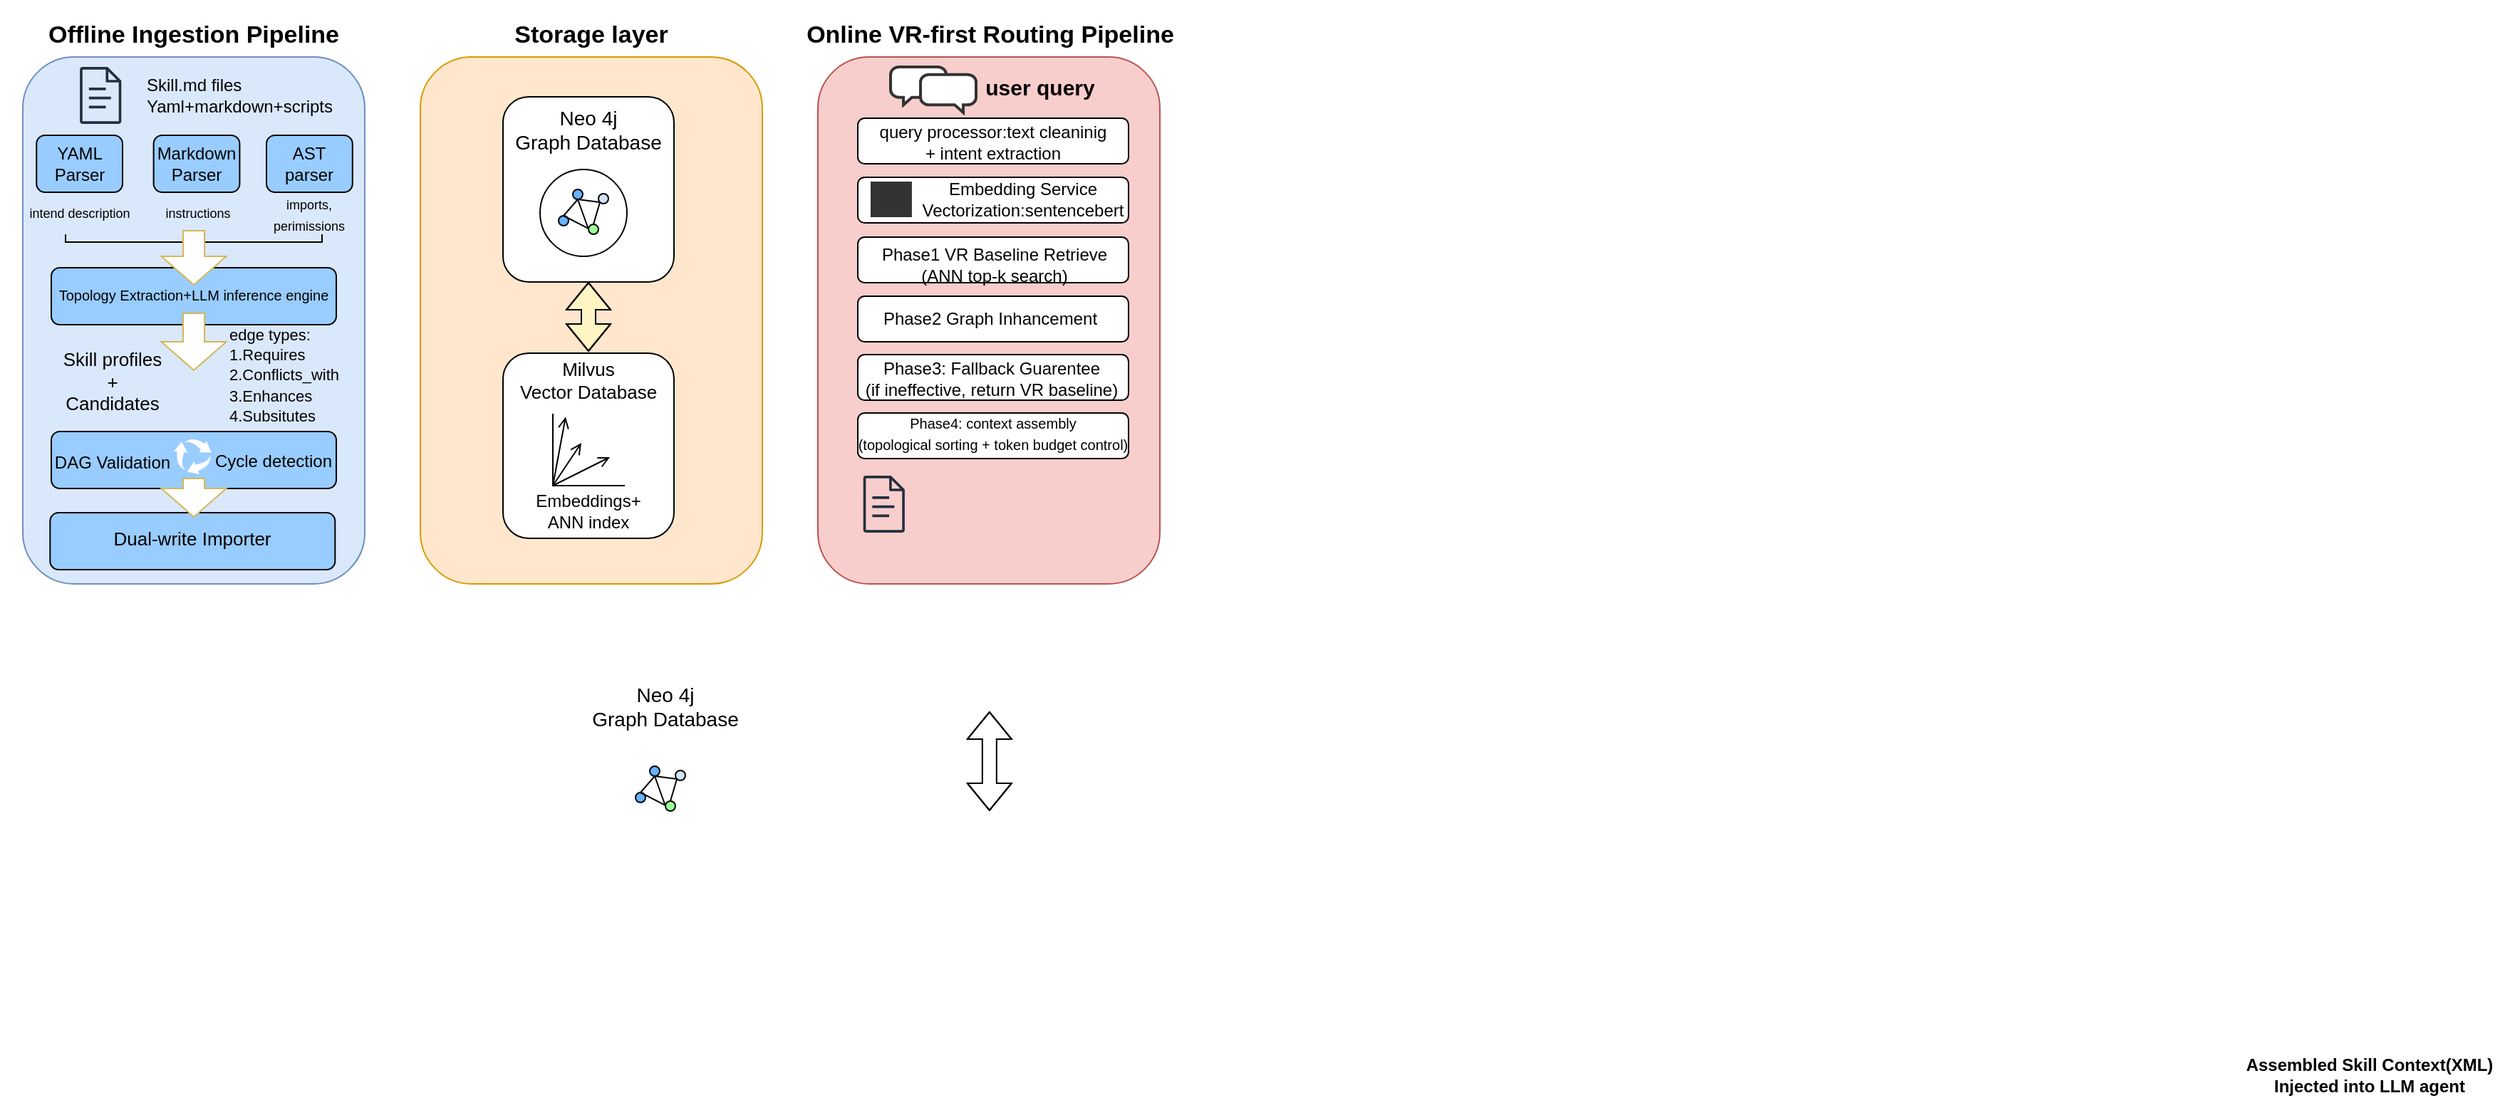
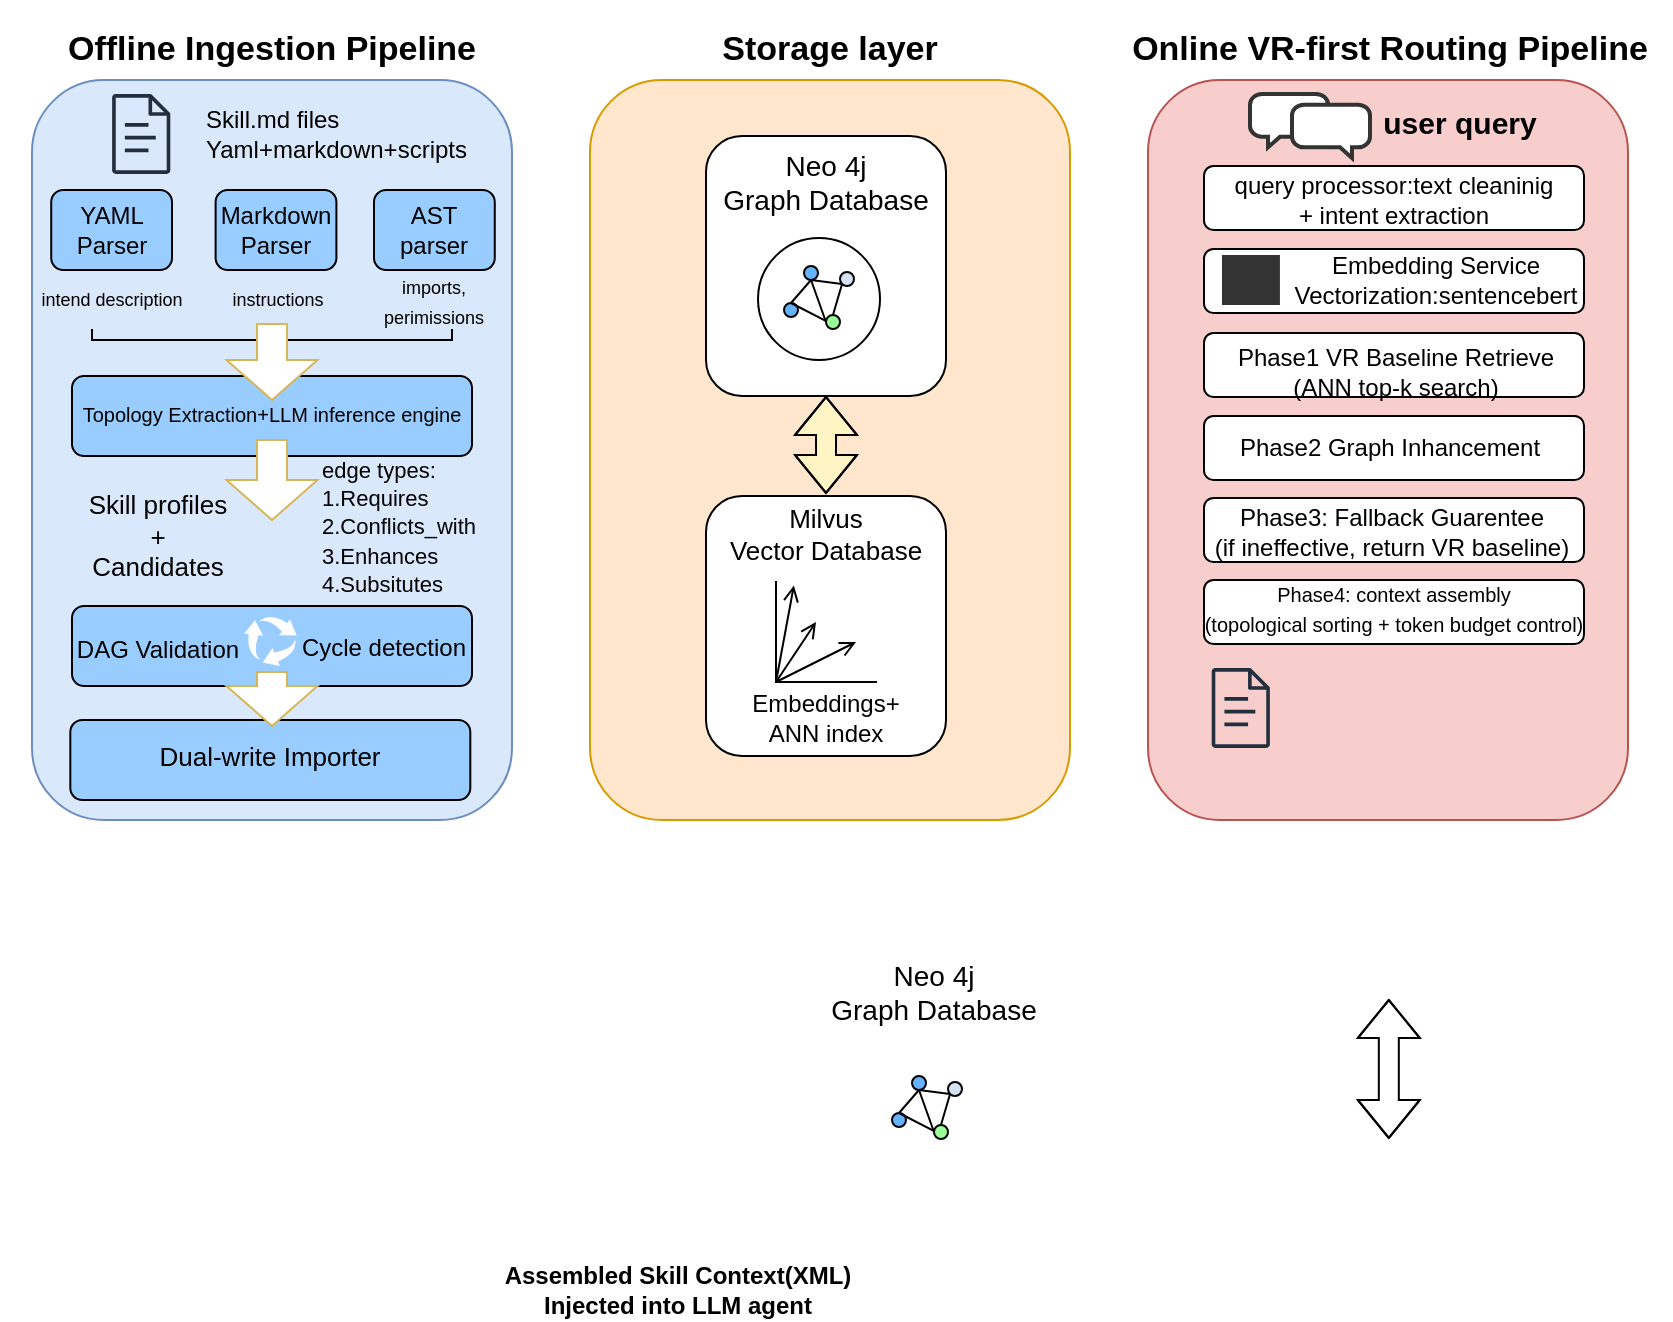
- <mxfile host="Electron">
+ <mxfile host="app.diagrams.net">
  <diagram name="第 1 页" id="c3dGjHks2qUcNk0V_3_n">
-     <mxGraphModel dx="1413" dy="974" grid="1" gridSize="10" guides="1" tooltips="1" connect="1" arrows="1" fold="1" page="1" pageScale="1" pageWidth="827" pageHeight="1169" math="0" shadow="0">
+     <mxGraphModel dx="1968" dy="1226" grid="1" gridSize="10" guides="1" tooltips="1" connect="1" arrows="1" fold="1" page="1" pageScale="1" pageWidth="827" pageHeight="1169" math="0" shadow="0">
      <root>
        <mxCell id="0" />
        <mxCell id="1" parent="0" />
        <mxCell id="L1eVJ4u-mPAcvspaRrYh-3" parent="1" style="rounded=1;whiteSpace=wrap;html=1;fillColor=#dae8fc;strokeColor=#6c8ebf;" value="" vertex="1">
          <mxGeometry height="370" width="240" x="23" y="190" as="geometry" />
        </mxCell>
        <mxCell id="L1eVJ4u-mPAcvspaRrYh-1" parent="1" style="sketch=0;outlineConnect=0;fontColor=#232F3E;gradientColor=none;fillColor=#232F3D;strokeColor=none;dashed=0;verticalLabelPosition=bottom;verticalAlign=top;align=center;html=1;fontSize=12;fontStyle=0;aspect=fixed;pointerEvents=1;shape=mxgraph.aws4.document;" value="" vertex="1">
          <mxGeometry height="40" width="29.22" x="63" y="197" as="geometry" />
        </mxCell>
        <mxCell id="L1eVJ4u-mPAcvspaRrYh-2" parent="1" style="text;html=1;whiteSpace=wrap;strokeColor=none;fillColor=none;align=center;verticalAlign=middle;rounded=0;" value="&lt;div&gt;&lt;font style=&quot;font-size: 17px;&quot;&gt;&lt;b style=&quot;&quot;&gt;Offline Ingestion Pipeline&lt;/b&gt;&lt;/font&gt;&lt;/div&gt;&lt;div&gt;&lt;br&gt;&lt;/div&gt;" vertex="1">
          <mxGeometry height="30" width="240" x="23" y="167" as="geometry" />
        </mxCell>
        <mxCell id="L1eVJ4u-mPAcvspaRrYh-4" parent="1" style="text;html=1;whiteSpace=wrap;strokeColor=none;fillColor=none;align=left;verticalAlign=middle;rounded=0;" value="Skill.md files&lt;div&gt;Yaml+markdown+scripts&lt;/div&gt;" vertex="1">
          <mxGeometry height="30" width="80" x="108" y="202" as="geometry" />
        </mxCell>
        <mxCell id="L1eVJ4u-mPAcvspaRrYh-5" parent="1" style="rounded=1;whiteSpace=wrap;html=1;fillColor=#99CCFF;" value="YAML&lt;div&gt;Parser&lt;/div&gt;" vertex="1">
          <mxGeometry height="40" width="60.39" x="32.610000000000014" y="245" as="geometry" />
        </mxCell>
        <mxCell id="L1eVJ4u-mPAcvspaRrYh-6" parent="1" style="rounded=1;whiteSpace=wrap;html=1;fillColor=#99CCFF;" value="Markdown&lt;div&gt;Parser&lt;/div&gt;" vertex="1">
          <mxGeometry height="40" width="60.39" x="114.81" y="245" as="geometry" />
        </mxCell>
        <mxCell id="L1eVJ4u-mPAcvspaRrYh-7" parent="1" style="rounded=1;whiteSpace=wrap;html=1;fillColor=#99CCFF;" value="AST parser" vertex="1">
          <mxGeometry height="40" width="60.39" x="194" y="245" as="geometry" />
        </mxCell>
        <mxCell id="L1eVJ4u-mPAcvspaRrYh-8" parent="1" style="text;html=1;whiteSpace=wrap;strokeColor=none;fillColor=none;align=center;verticalAlign=middle;rounded=0;" value="&lt;font style=&quot;font-size: 9px;&quot;&gt;intend description&lt;/font&gt;" vertex="1">
          <mxGeometry height="30" width="110" x="7.810000000000002" y="284" as="geometry" />
        </mxCell>
        <mxCell id="L1eVJ4u-mPAcvspaRrYh-9" parent="1" style="text;html=1;whiteSpace=wrap;strokeColor=none;fillColor=none;align=center;verticalAlign=middle;rounded=0;" value="&lt;font style=&quot;font-size: 9px;&quot;&gt;instructions&lt;/font&gt;" vertex="1">
          <mxGeometry height="30" width="60" x="115.81" y="284" as="geometry" />
        </mxCell>
        <mxCell id="L1eVJ4u-mPAcvspaRrYh-11" parent="1" style="text;html=1;whiteSpace=wrap;strokeColor=none;fillColor=none;align=center;verticalAlign=middle;rounded=0;" value="&lt;font style=&quot;font-size: 9px;&quot;&gt;imports,&lt;/font&gt;&lt;div&gt;&lt;font style=&quot;font-size: 9px;&quot;&gt;perimissions&lt;/font&gt;&lt;/div&gt;" vertex="1">
          <mxGeometry height="30" width="60" x="194" y="285" as="geometry" />
        </mxCell>
        <mxCell id="L1eVJ4u-mPAcvspaRrYh-13" parent="1" style="rounded=1;whiteSpace=wrap;html=1;fillColor=#99CCFF;" value="" vertex="1">
          <mxGeometry height="40" width="200" x="43" y="338" as="geometry" />
        </mxCell>
        <mxCell id="L1eVJ4u-mPAcvspaRrYh-14" parent="1" style="text;html=1;whiteSpace=wrap;strokeColor=none;fillColor=none;align=center;verticalAlign=middle;rounded=0;fontSize=10;" value="&lt;div&gt;Topology Extraction&lt;span style=&quot;background-color: transparent; color: light-dark(rgb(0, 0, 0), rgb(255, 255, 255));&quot;&gt;+LLM inference engine&lt;/span&gt;&lt;/div&gt;&lt;div&gt;&lt;br&gt;&lt;/div&gt;" vertex="1">
          <mxGeometry height="12" width="210" x="38" y="357" as="geometry" />
        </mxCell>
        <mxCell id="L1eVJ4u-mPAcvspaRrYh-15" parent="1" style="rounded=1;whiteSpace=wrap;html=1;fillColor=#99CCFF;" value="" vertex="1">
          <mxGeometry height="40" width="200" x="43" y="453" as="geometry" />
        </mxCell>
        <mxCell id="L1eVJ4u-mPAcvspaRrYh-16" parent="1" style="text;html=1;whiteSpace=wrap;strokeColor=none;fillColor=none;align=center;verticalAlign=middle;rounded=0;" value="DAG Validation" vertex="1">
          <mxGeometry height="30" width="100" x="36" y="460" as="geometry" />
        </mxCell>
        <mxCell id="L1eVJ4u-mPAcvspaRrYh-17" parent="1" style="text;html=1;whiteSpace=wrap;strokeColor=none;fillColor=none;align=center;verticalAlign=middle;rounded=0;" value="Cycle detection" vertex="1">
          <mxGeometry height="30" width="90" x="154" y="459" as="geometry" />
        </mxCell>
        <mxCell id="L1eVJ4u-mPAcvspaRrYh-18" parent="1" style="sketch=0;html=1;aspect=fixed;strokeColor=none;shadow=0;fillColor=#FFFFFF;verticalAlign=top;labelPosition=center;verticalLabelPosition=bottom;shape=mxgraph.gcp2.arrow_cycle" value="" vertex="1">
          <mxGeometry height="25" width="26.32" x="129" y="458" as="geometry" />
        </mxCell>
        <mxCell id="L1eVJ4u-mPAcvspaRrYh-19" parent="1" style="shape=partialRectangle;whiteSpace=wrap;html=1;bottom=1;right=1;left=1;top=0;fillColor=none;routingCenterX=-0.5;" value="" vertex="1">
          <mxGeometry height="5" width="180" x="53" y="315" as="geometry" />
        </mxCell>
        <mxCell id="L1eVJ4u-mPAcvspaRrYh-20" parent="1" style="html=1;shadow=0;dashed=0;align=center;verticalAlign=middle;shape=mxgraph.arrows2.arrow;dy=0.67;dx=20;notch=0;direction=south;fillColor=#FFFFFF;strokeColor=#d6b656;" value="" vertex="1">
          <mxGeometry height="38" width="45.5" x="120.25" y="312" as="geometry" />
        </mxCell>
        <mxCell id="L1eVJ4u-mPAcvspaRrYh-21" parent="1" style="html=1;shadow=0;dashed=0;align=center;verticalAlign=middle;shape=mxgraph.arrows2.arrow;dy=0.67;dx=20;notch=0;direction=south;fillColor=#FFFFFF;strokeColor=#d6b656;" value="" vertex="1">
          <mxGeometry height="40" width="45.5" x="120.25" y="370" as="geometry" />
        </mxCell>
        <mxCell id="L1eVJ4u-mPAcvspaRrYh-22" parent="1" style="text;html=1;whiteSpace=wrap;strokeColor=none;fillColor=none;align=left;verticalAlign=middle;rounded=0;" value="&lt;font style=&quot;font-size: 11px;&quot;&gt;edge types:&lt;/font&gt;&lt;div&gt;&lt;font style=&quot;font-size: 11px;&quot;&gt;1.Requires&lt;/font&gt;&lt;/div&gt;&lt;div&gt;&lt;font style=&quot;font-size: 11px;&quot;&gt;2.Conflicts_with&lt;/font&gt;&lt;/div&gt;&lt;div&gt;&lt;font style=&quot;font-size: 11px;&quot;&gt;3.Enhances&lt;/font&gt;&lt;/div&gt;&lt;div&gt;&lt;font style=&quot;font-size: 11px;&quot;&gt;4.Subsitutes&lt;/font&gt;&lt;/div&gt;" vertex="1">
          <mxGeometry height="80" width="90" x="165.75" y="373" as="geometry" />
        </mxCell>
        <mxCell id="L1eVJ4u-mPAcvspaRrYh-23" parent="1" style="text;html=1;whiteSpace=wrap;strokeColor=none;fillColor=none;align=center;verticalAlign=middle;rounded=0;" value="&lt;font style=&quot;font-size: 13px;&quot;&gt;Skill profiles&lt;/font&gt;&lt;div&gt;&lt;font style=&quot;font-size: 13px;&quot;&gt;+&lt;/font&gt;&lt;/div&gt;&lt;div&gt;&lt;font style=&quot;font-size: 13px;&quot;&gt;Candidates&lt;/font&gt;&lt;/div&gt;" vertex="1">
          <mxGeometry height="40" width="80" x="46" y="398" as="geometry" />
        </mxCell>
        <mxCell id="L1eVJ4u-mPAcvspaRrYh-27" parent="1" style="rounded=1;whiteSpace=wrap;html=1;fillColor=#99CCFF;" value="" vertex="1">
          <mxGeometry height="40" width="200" x="42.16" y="510" as="geometry" />
        </mxCell>
        <mxCell id="L1eVJ4u-mPAcvspaRrYh-24" parent="1" style="text;html=1;whiteSpace=wrap;strokeColor=none;fillColor=none;align=center;verticalAlign=middle;rounded=0;" value="&lt;font style=&quot;font-size: 13px;&quot;&gt;Dual-write Importer&lt;/font&gt;" vertex="1">
          <mxGeometry height="30" width="120" x="82.16000000000003" y="513" as="geometry" />
        </mxCell>
        <mxCell id="L1eVJ4u-mPAcvspaRrYh-28" parent="1" style="html=1;shadow=0;dashed=0;align=center;verticalAlign=middle;shape=mxgraph.arrows2.arrow;dy=0.67;dx=20;notch=0;direction=south;fillColor=#FFFFFF;strokeColor=#d6b656;" value="" vertex="1">
          <mxGeometry height="27" width="45.5" x="120.25" y="486" as="geometry" />
        </mxCell>
        <mxCell id="L1eVJ4u-mPAcvspaRrYh-29" parent="1" style="rounded=1;whiteSpace=wrap;html=1;fillColor=#ffe6cc;strokeColor=#d79b00;" value="" vertex="1">
          <mxGeometry height="370" width="240" x="302" y="190" as="geometry" />
        </mxCell>
        <mxCell id="L1eVJ4u-mPAcvspaRrYh-30" parent="1" style="text;html=1;whiteSpace=wrap;strokeColor=none;fillColor=none;align=center;verticalAlign=middle;rounded=0;" value="&lt;font style=&quot;font-size: 17px;&quot;&gt;&lt;b&gt;Storage layer&lt;/b&gt;&lt;/font&gt;" vertex="1">
          <mxGeometry height="30" width="110" x="367" y="160" as="geometry" />
        </mxCell>
        <mxCell id="L1eVJ4u-mPAcvspaRrYh-31" parent="1" style="rounded=1;whiteSpace=wrap;html=1;fillColor=#f8cecc;strokeColor=#b85450;" value="" vertex="1">
          <mxGeometry height="370" width="240" x="581" y="190" as="geometry" />
        </mxCell>
        <mxCell id="L1eVJ4u-mPAcvspaRrYh-32" parent="1" style="rounded=1;whiteSpace=wrap;html=1;" value="" vertex="1">
          <mxGeometry height="130" width="120" x="360" y="398" as="geometry" />
        </mxCell>
        <mxCell id="L1eVJ4u-mPAcvspaRrYh-33" parent="1" style="text;html=1;whiteSpace=wrap;strokeColor=none;fillColor=none;align=center;verticalAlign=middle;rounded=0;" value="&lt;font style=&quot;font-size: 14px;&quot;&gt;Neo 4j&lt;/font&gt;&lt;div&gt;&lt;font style=&quot;font-size: 14px;&quot;&gt;Graph Database&lt;/font&gt;&lt;/div&gt;" vertex="1">
          <mxGeometry height="30" width="120" x="414" y="631" as="geometry" />
        </mxCell>
        <mxCell id="L1eVJ4u-mPAcvspaRrYh-88" parent="1" style="ellipse;whiteSpace=wrap;html=1;aspect=fixed;fillColor=#66B2FF;" value="" vertex="1">
          <mxGeometry height="7" width="7" x="453" y="706.5" as="geometry" />
        </mxCell>
        <mxCell id="L1eVJ4u-mPAcvspaRrYh-89" edge="1" parent="1" source="L1eVJ4u-mPAcvspaRrYh-92" style="endArrow=none;html=1;rounded=0;entryX=0.5;entryY=0;entryDx=0;entryDy=0;exitX=0.018;exitY=0.43;exitDx=0;exitDy=0;exitPerimeter=0;" target="L1eVJ4u-mPAcvspaRrYh-88" value="">
          <mxGeometry height="50" relative="1" width="50" as="geometry">
            <mxPoint x="478" y="709.5" as="sourcePoint" />
            <mxPoint x="483" y="696.5" as="targetPoint" />
          </mxGeometry>
        </mxCell>
        <mxCell id="L1eVJ4u-mPAcvspaRrYh-90" edge="1" parent="1" source="L1eVJ4u-mPAcvspaRrYh-88" style="endArrow=none;html=1;rounded=0;exitX=0.5;exitY=0;exitDx=0;exitDy=0;entryX=0.5;entryY=1;entryDx=0;entryDy=0;" target="L1eVJ4u-mPAcvspaRrYh-94" value="">
          <mxGeometry height="50" relative="1" width="50" as="geometry">
            <mxPoint x="483" y="746.5" as="sourcePoint" />
            <mxPoint x="472" y="693.5" as="targetPoint" />
          </mxGeometry>
        </mxCell>
        <mxCell id="L1eVJ4u-mPAcvspaRrYh-91" edge="1" parent="1" source="L1eVJ4u-mPAcvspaRrYh-92" style="endArrow=none;html=1;rounded=0;exitX=0;exitY=0.5;exitDx=0;exitDy=0;entryX=0.5;entryY=1;entryDx=0;entryDy=0;" target="L1eVJ4u-mPAcvspaRrYh-94" value="">
          <mxGeometry height="50" relative="1" width="50" as="geometry">
            <mxPoint x="474" y="695.5" as="sourcePoint" />
            <mxPoint x="472" y="693.5" as="targetPoint" />
          </mxGeometry>
        </mxCell>
        <mxCell id="L1eVJ4u-mPAcvspaRrYh-92" parent="1" style="ellipse;whiteSpace=wrap;html=1;aspect=fixed;fillColor=#99FF99;" value="" vertex="1">
          <mxGeometry height="7" width="7" x="474" y="712.5" as="geometry" />
        </mxCell>
        <mxCell id="L1eVJ4u-mPAcvspaRrYh-93" edge="1" parent="1" style="edgeStyle=orthogonalEdgeStyle;rounded=0;orthogonalLoop=1;jettySize=auto;html=1;exitX=0.5;exitY=1;exitDx=0;exitDy=0;">
          <mxGeometry relative="1" as="geometry">
            <mxPoint x="472.0000000000001" y="696.5" as="sourcePoint" />
            <mxPoint x="471.9767441860465" y="696.531007751938" as="targetPoint" />
          </mxGeometry>
        </mxCell>
        <mxCell id="L1eVJ4u-mPAcvspaRrYh-94" parent="1" style="ellipse;whiteSpace=wrap;html=1;aspect=fixed;fillColor=#66B2FF;" value="" vertex="1">
          <mxGeometry height="7" width="7" x="463" y="688" as="geometry" />
        </mxCell>
        <mxCell id="L1eVJ4u-mPAcvspaRrYh-95" parent="1" style="ellipse;whiteSpace=wrap;html=1;aspect=fixed;fillColor=#D4E1F5;" value="" vertex="1">
          <mxGeometry height="7" width="7" x="481" y="691" as="geometry" />
        </mxCell>
        <mxCell id="L1eVJ4u-mPAcvspaRrYh-96" edge="1" parent="1" source="L1eVJ4u-mPAcvspaRrYh-92" style="endArrow=none;html=1;rounded=0;entryX=0;entryY=1;entryDx=0;entryDy=0;exitX=0.5;exitY=0;exitDx=0;exitDy=0;" target="L1eVJ4u-mPAcvspaRrYh-95" value="">
          <mxGeometry height="50" relative="1" width="50" as="geometry">
            <mxPoint x="420" y="717.5" as="sourcePoint" />
            <mxPoint x="470" y="667.5" as="targetPoint" />
          </mxGeometry>
        </mxCell>
        <mxCell id="L1eVJ4u-mPAcvspaRrYh-97" edge="1" parent="1" source="L1eVJ4u-mPAcvspaRrYh-95" style="endArrow=none;html=1;rounded=0;exitX=0;exitY=1;exitDx=0;exitDy=0;entryX=0.5;entryY=1;entryDx=0;entryDy=0;" target="L1eVJ4u-mPAcvspaRrYh-94" value="">
          <mxGeometry height="50" relative="1" width="50" as="geometry">
            <mxPoint x="478" y="696" as="sourcePoint" />
            <mxPoint x="470" y="696" as="targetPoint" />
          </mxGeometry>
        </mxCell>
        <mxCell id="L1eVJ4u-mPAcvspaRrYh-111" parent="1" style="rounded=1;whiteSpace=wrap;html=1;" value="" vertex="1">
          <mxGeometry height="130" width="120" x="360" y="218" as="geometry" />
        </mxCell>
        <mxCell id="L1eVJ4u-mPAcvspaRrYh-112" parent="1" style="text;html=1;whiteSpace=wrap;strokeColor=none;fillColor=none;align=center;verticalAlign=middle;rounded=0;" value="&lt;font style=&quot;font-size: 14px;&quot;&gt;Neo 4j&lt;/font&gt;&lt;div&gt;&lt;font style=&quot;font-size: 14px;&quot;&gt;Graph Database&lt;/font&gt;&lt;/div&gt;" vertex="1">
          <mxGeometry height="30" width="120" x="360" y="226" as="geometry" />
        </mxCell>
        <mxCell id="L1eVJ4u-mPAcvspaRrYh-113" parent="1" style="ellipse;whiteSpace=wrap;html=1;aspect=fixed;" value="" vertex="1">
          <mxGeometry height="61" width="61" x="386" y="269" as="geometry" />
        </mxCell>
        <mxCell id="L1eVJ4u-mPAcvspaRrYh-114" parent="1" style="ellipse;whiteSpace=wrap;html=1;aspect=fixed;fillColor=#66B2FF;" value="" vertex="1">
          <mxGeometry height="7" width="7" x="399" y="301.5" as="geometry" />
        </mxCell>
        <mxCell id="L1eVJ4u-mPAcvspaRrYh-115" edge="1" parent="1" source="L1eVJ4u-mPAcvspaRrYh-118" style="endArrow=none;html=1;rounded=0;entryX=0.5;entryY=0;entryDx=0;entryDy=0;exitX=0.018;exitY=0.43;exitDx=0;exitDy=0;exitPerimeter=0;" target="L1eVJ4u-mPAcvspaRrYh-114" value="">
          <mxGeometry height="50" relative="1" width="50" as="geometry">
            <mxPoint x="424" y="304.5" as="sourcePoint" />
            <mxPoint x="429" y="291.5" as="targetPoint" />
          </mxGeometry>
        </mxCell>
        <mxCell id="L1eVJ4u-mPAcvspaRrYh-116" edge="1" parent="1" source="L1eVJ4u-mPAcvspaRrYh-114" style="endArrow=none;html=1;rounded=0;exitX=0.5;exitY=0;exitDx=0;exitDy=0;entryX=0.5;entryY=1;entryDx=0;entryDy=0;" target="L1eVJ4u-mPAcvspaRrYh-120" value="">
          <mxGeometry height="50" relative="1" width="50" as="geometry">
            <mxPoint x="429" y="341.5" as="sourcePoint" />
            <mxPoint x="418" y="288.5" as="targetPoint" />
          </mxGeometry>
        </mxCell>
        <mxCell id="L1eVJ4u-mPAcvspaRrYh-117" edge="1" parent="1" source="L1eVJ4u-mPAcvspaRrYh-118" style="endArrow=none;html=1;rounded=0;exitX=0;exitY=0.5;exitDx=0;exitDy=0;entryX=0.5;entryY=1;entryDx=0;entryDy=0;" target="L1eVJ4u-mPAcvspaRrYh-120" value="">
          <mxGeometry height="50" relative="1" width="50" as="geometry">
            <mxPoint x="420" y="290.5" as="sourcePoint" />
            <mxPoint x="418" y="288.5" as="targetPoint" />
          </mxGeometry>
        </mxCell>
        <mxCell id="L1eVJ4u-mPAcvspaRrYh-118" parent="1" style="ellipse;whiteSpace=wrap;html=1;aspect=fixed;fillColor=#99FF99;" value="" vertex="1">
          <mxGeometry height="7" width="7" x="420" y="307.5" as="geometry" />
        </mxCell>
        <mxCell id="L1eVJ4u-mPAcvspaRrYh-119" edge="1" parent="1" style="edgeStyle=orthogonalEdgeStyle;rounded=0;orthogonalLoop=1;jettySize=auto;html=1;exitX=0.5;exitY=1;exitDx=0;exitDy=0;">
          <mxGeometry relative="1" as="geometry">
            <mxPoint x="418.0000000000001" y="291.5" as="sourcePoint" />
            <mxPoint x="417.9767441860465" y="291.531007751938" as="targetPoint" />
          </mxGeometry>
        </mxCell>
        <mxCell id="L1eVJ4u-mPAcvspaRrYh-120" parent="1" style="ellipse;whiteSpace=wrap;html=1;aspect=fixed;fillColor=#66B2FF;" value="" vertex="1">
          <mxGeometry height="7" width="7" x="409" y="283" as="geometry" />
        </mxCell>
        <mxCell id="L1eVJ4u-mPAcvspaRrYh-121" parent="1" style="ellipse;whiteSpace=wrap;html=1;aspect=fixed;fillColor=#D4E1F5;" value="" vertex="1">
          <mxGeometry height="7" width="7" x="427" y="286" as="geometry" />
        </mxCell>
        <mxCell id="L1eVJ4u-mPAcvspaRrYh-122" edge="1" parent="1" source="L1eVJ4u-mPAcvspaRrYh-118" style="endArrow=none;html=1;rounded=0;entryX=0;entryY=1;entryDx=0;entryDy=0;exitX=0.5;exitY=0;exitDx=0;exitDy=0;" target="L1eVJ4u-mPAcvspaRrYh-121" value="">
          <mxGeometry height="50" relative="1" width="50" as="geometry">
            <mxPoint x="366" y="312.5" as="sourcePoint" />
            <mxPoint x="416" y="262.5" as="targetPoint" />
          </mxGeometry>
        </mxCell>
        <mxCell id="L1eVJ4u-mPAcvspaRrYh-123" edge="1" parent="1" source="L1eVJ4u-mPAcvspaRrYh-121" style="endArrow=none;html=1;rounded=0;exitX=0;exitY=1;exitDx=0;exitDy=0;entryX=0.5;entryY=1;entryDx=0;entryDy=0;" target="L1eVJ4u-mPAcvspaRrYh-120" value="">
          <mxGeometry height="50" relative="1" width="50" as="geometry">
            <mxPoint x="424" y="291" as="sourcePoint" />
            <mxPoint x="416" y="291" as="targetPoint" />
          </mxGeometry>
        </mxCell>
        <mxCell id="L1eVJ4u-mPAcvspaRrYh-138" edge="1" parent="1" style="shape=flexArrow;endArrow=classic;startArrow=classic;html=1;rounded=0;" value="">
          <mxGeometry height="100" relative="1" width="100" as="geometry">
            <Array as="points">
              <mxPoint x="701.41" y="689.5" />
            </Array>
            <mxPoint x="701.41" y="719.5" as="sourcePoint" />
            <mxPoint x="701.41" y="649.5" as="targetPoint" />
          </mxGeometry>
        </mxCell>
        <mxCell id="L1eVJ4u-mPAcvspaRrYh-139" edge="1" parent="1" style="shape=flexArrow;endArrow=classic;startArrow=classic;html=1;rounded=0;fillColor=#FFF4C3;" value="">
          <mxGeometry height="100" relative="1" width="100" as="geometry">
            <Array as="points">
              <mxPoint x="420" y="367" />
            </Array>
            <mxPoint x="420" y="397" as="sourcePoint" />
            <mxPoint x="420" y="348" as="targetPoint" />
          </mxGeometry>
        </mxCell>
        <mxCell id="L1eVJ4u-mPAcvspaRrYh-140" parent="1" style="text;html=1;whiteSpace=wrap;strokeColor=none;fillColor=none;align=center;verticalAlign=middle;rounded=0;" value="&lt;font style=&quot;font-size: 13px;&quot;&gt;Milvus&lt;/font&gt;&lt;div&gt;&lt;font style=&quot;font-size: 13px;&quot;&gt;Vector Database&lt;/font&gt;&lt;/div&gt;" vertex="1">
          <mxGeometry height="30" width="110" x="365" y="401.5" as="geometry" />
        </mxCell>
        <mxCell id="L1eVJ4u-mPAcvspaRrYh-141" parent="1" style="text;html=1;whiteSpace=wrap;strokeColor=none;fillColor=none;align=center;verticalAlign=middle;rounded=0;" value="Embeddings+&lt;div&gt;ANN index&lt;/div&gt;" vertex="1">
          <mxGeometry height="30" width="90" x="375" y="494" as="geometry" />
        </mxCell>
        <mxCell id="L1eVJ4u-mPAcvspaRrYh-142" parent="1" style="shape=partialRectangle;whiteSpace=wrap;html=1;bottom=0;right=0;fillColor=none;direction=north;" value="" vertex="1">
          <mxGeometry height="50" width="50" x="395" y="441" as="geometry" />
        </mxCell>
        <mxCell id="L1eVJ4u-mPAcvspaRrYh-143" edge="1" parent="1" source="L1eVJ4u-mPAcvspaRrYh-142" style="endArrow=open;html=1;rounded=0;exitX=0;exitY=0;exitDx=0;exitDy=0;endFill=0;" value="">
          <mxGeometry height="50" relative="1" width="50" as="geometry">
            <mxPoint x="415" y="411" as="sourcePoint" />
            <mxPoint x="415" y="461" as="targetPoint" />
          </mxGeometry>
        </mxCell>
        <mxCell id="L1eVJ4u-mPAcvspaRrYh-144" edge="1" parent="1" source="L1eVJ4u-mPAcvspaRrYh-142" style="endArrow=open;html=1;rounded=0;exitX=0;exitY=0;exitDx=0;exitDy=0;endFill=0;entryX=0.966;entryY=0.179;entryDx=0;entryDy=0;entryPerimeter=0;" target="L1eVJ4u-mPAcvspaRrYh-142" value="">
          <mxGeometry height="50" relative="1" width="50" as="geometry">
            <mxPoint x="415" y="381" as="sourcePoint" />
            <mxPoint x="415" y="451" as="targetPoint" />
          </mxGeometry>
        </mxCell>
        <mxCell id="L1eVJ4u-mPAcvspaRrYh-145" edge="1" parent="1" source="L1eVJ4u-mPAcvspaRrYh-142" style="endArrow=open;html=1;rounded=0;exitX=0;exitY=0;exitDx=0;exitDy=0;endFill=0;" value="">
          <mxGeometry height="50" relative="1" width="50" as="geometry">
            <mxPoint x="405" y="351" as="sourcePoint" />
            <mxPoint x="435" y="471" as="targetPoint" />
          </mxGeometry>
        </mxCell>
        <mxCell id="L1eVJ4u-mPAcvspaRrYh-146" parent="1" style="text;html=1;whiteSpace=wrap;strokeColor=none;fillColor=none;align=center;verticalAlign=middle;rounded=0;" value="&lt;font style=&quot;font-size: 17px;&quot;&gt;&lt;b&gt;Online VR-first Routing Pipeline&lt;/b&gt;&lt;/font&gt;" vertex="1">
          <mxGeometry height="50" width="280" x="562" y="150" as="geometry" />
        </mxCell>
        <mxCell id="L1eVJ4u-mPAcvspaRrYh-147" parent="1" style="text;html=1;whiteSpace=wrap;strokeColor=none;fillColor=none;align=center;verticalAlign=middle;rounded=0;" value="&lt;font style=&quot;font-size: 15px;&quot;&gt;&lt;b&gt;user query&lt;/b&gt;&lt;/font&gt;" vertex="1">
          <mxGeometry height="30" width="90" x="692" y="196" as="geometry" />
        </mxCell>
        <mxCell id="L1eVJ4u-mPAcvspaRrYh-148" parent="1" style="html=1;verticalLabelPosition=bottom;align=center;labelBackgroundColor=#ffffff;verticalAlign=top;strokeWidth=2;strokeColor=#333333;shadow=0;dashed=0;shape=mxgraph.ios7.icons.chat;fillColor=#FFFFFF;" value="" vertex="1">
          <mxGeometry height="32" width="60" x="632" y="197" as="geometry" />
        </mxCell>
        <mxCell id="L1eVJ4u-mPAcvspaRrYh-150" parent="1" style="rounded=1;whiteSpace=wrap;html=1;" value="" vertex="1">
          <mxGeometry height="32" width="190" x="609" y="233" as="geometry" />
        </mxCell>
        <mxCell id="L1eVJ4u-mPAcvspaRrYh-151" parent="1" style="text;html=1;whiteSpace=wrap;strokeColor=none;fillColor=none;align=center;verticalAlign=middle;rounded=0;" value="query processor:text cleaninig + intent extraction" vertex="1">
          <mxGeometry height="30" width="170" x="619" y="235" as="geometry" />
        </mxCell>
        <mxCell id="L1eVJ4u-mPAcvspaRrYh-152" parent="1" style="rounded=1;whiteSpace=wrap;html=1;" value="" vertex="1">
          <mxGeometry height="32" width="190" x="609" y="274.5" as="geometry" />
        </mxCell>
        <mxCell id="L1eVJ4u-mPAcvspaRrYh-153" parent="1" style="text;html=1;whiteSpace=wrap;strokeColor=none;fillColor=none;align=center;verticalAlign=middle;rounded=0;" value="Embedding Service&lt;div&gt;Vectorization:sentencebert&lt;/div&gt;" vertex="1">
          <mxGeometry height="30" width="190" x="630" y="274.5" as="geometry" />
        </mxCell>
        <mxCell id="L1eVJ4u-mPAcvspaRrYh-154" parent="1" style="points=[];aspect=fixed;html=1;align=center;shadow=0;dashed=0;fillColor=#333333;strokeColor=none;shape=mxgraph.alibaba_cloud.gdb_graph_database;" value="" vertex="1">
          <mxGeometry height="25" width="28.96" x="618" y="277.5" as="geometry" />
        </mxCell>
        <mxCell id="L1eVJ4u-mPAcvspaRrYh-155" parent="1" style="rounded=1;whiteSpace=wrap;html=1;" value="" vertex="1">
          <mxGeometry height="32" width="190" x="609" y="316.5" as="geometry" />
        </mxCell>
        <mxCell id="L1eVJ4u-mPAcvspaRrYh-156" parent="1" style="text;html=1;whiteSpace=wrap;strokeColor=none;fillColor=none;align=center;verticalAlign=middle;rounded=0;" value="Phase1 VR Baseline Retrieve&lt;div&gt;(ANN top-k search)&lt;/div&gt;" vertex="1">
          <mxGeometry height="30" width="180" x="615" y="320.5" as="geometry" />
        </mxCell>
        <mxCell id="L1eVJ4u-mPAcvspaRrYh-157" parent="1" style="rounded=1;whiteSpace=wrap;html=1;" value="" vertex="1">
          <mxGeometry height="32" width="190" x="609" y="358" as="geometry" />
        </mxCell>
        <mxCell id="L1eVJ4u-mPAcvspaRrYh-158" parent="1" style="rounded=1;whiteSpace=wrap;html=1;" value="" vertex="1">
          <mxGeometry height="32" width="190" x="609" y="440" as="geometry" />
        </mxCell>
        <mxCell id="L1eVJ4u-mPAcvspaRrYh-159" parent="1" style="rounded=1;whiteSpace=wrap;html=1;" value="" vertex="1">
          <mxGeometry height="32" width="190" x="609" y="399" as="geometry" />
        </mxCell>
        <mxCell id="L1eVJ4u-mPAcvspaRrYh-160" parent="1" style="text;html=1;whiteSpace=wrap;strokeColor=none;fillColor=none;align=center;verticalAlign=middle;rounded=0;" value="Phase2 Graph Inhancement" vertex="1">
          <mxGeometry height="30" width="170" x="617" y="359" as="geometry" />
        </mxCell>
        <mxCell id="L1eVJ4u-mPAcvspaRrYh-161" parent="1" style="text;html=1;whiteSpace=wrap;strokeColor=none;fillColor=none;align=center;verticalAlign=middle;rounded=0;" value="Phase3: Fallback Guarentee&lt;div&gt;(if ineffective, return VR baseline)&lt;/div&gt;" vertex="1">
          <mxGeometry height="30" width="190" x="608" y="401" as="geometry" />
        </mxCell>
        <mxCell id="L1eVJ4u-mPAcvspaRrYh-162" parent="1" style="text;html=1;whiteSpace=wrap;strokeColor=none;fillColor=none;align=center;verticalAlign=middle;rounded=0;" value="&lt;font style=&quot;font-size: 10px;&quot;&gt;Phase4: context assembly&lt;/font&gt;&lt;div&gt;&lt;font style=&quot;font-size: 10px;&quot;&gt;(topological sorting + token budget control)&lt;/font&gt;&lt;/div&gt;" vertex="1">
          <mxGeometry height="30" width="220" x="594" y="439" as="geometry" />
        </mxCell>
        <mxCell id="L1eVJ4u-mPAcvspaRrYh-163" parent="1" style="text;html=1;whiteSpace=wrap;strokeColor=none;fillColor=none;align=center;verticalAlign=middle;rounded=0;" value="&lt;b&gt;Assembled Skill Context(XML)&lt;/b&gt;&lt;div&gt;&lt;b&gt;Injected into LLM agent&lt;/b&gt;&lt;/div&gt;" vertex="1">
-           <mxGeometry height="30" width="180" x="1580" y="890" as="geometry" />
+           <mxGeometry height="30" width="180" x="255.75" y="780" as="geometry" />
        </mxCell>
        <mxCell id="L1eVJ4u-mPAcvspaRrYh-164" parent="1" style="sketch=0;outlineConnect=0;fontColor=#232F3E;gradientColor=none;fillColor=#232F3D;strokeColor=none;dashed=0;verticalLabelPosition=bottom;verticalAlign=top;align=center;html=1;fontSize=12;fontStyle=0;aspect=fixed;pointerEvents=1;shape=mxgraph.aws4.document;" value="" vertex="1">
          <mxGeometry height="40" width="29.22" x="612.78" y="484" as="geometry" />
        </mxCell>
      </root>
    </mxGraphModel>
  </diagram>
</mxfile>
